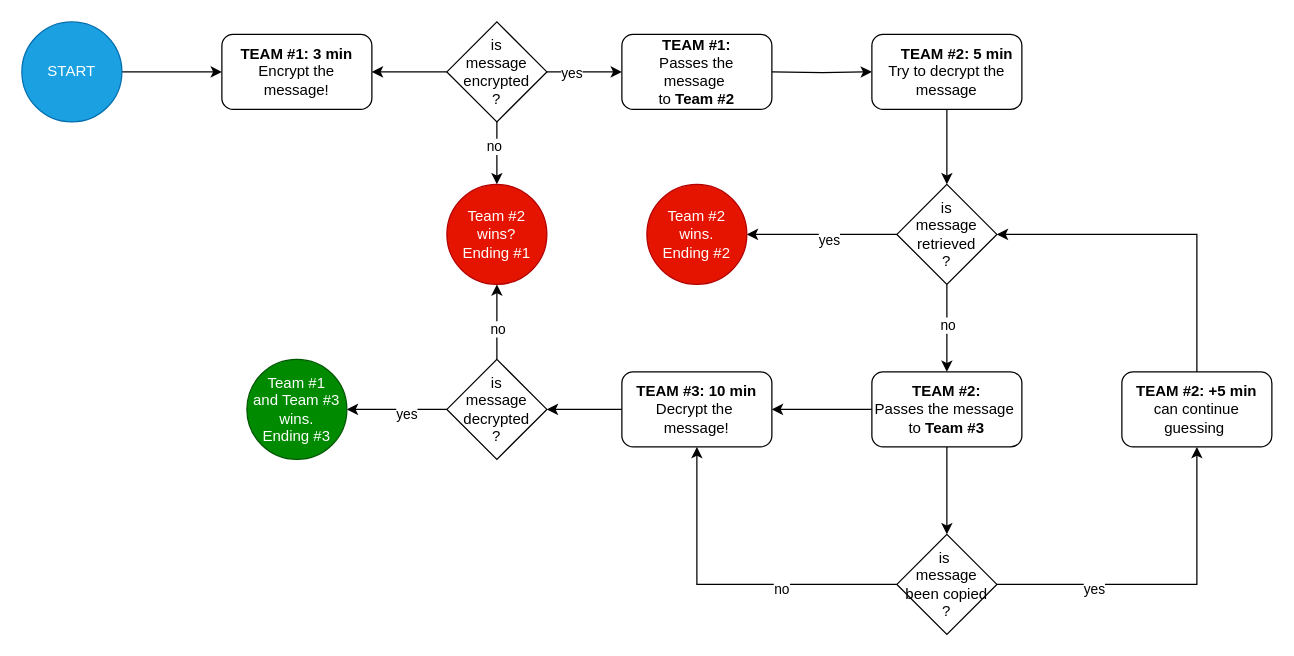
Before: the-game/the-game.drawio in nikolyabb/wshop-encryption, a draw.io diagram. Source tidied: cells renumbered, new cells numbered last; positions are measured from the earlier drawing's top-left corner, leaving out a move shared by most shapes. Both pictures are drawn from the tidied source at 125%, with x=0, y=0 at pixel (21, 21).
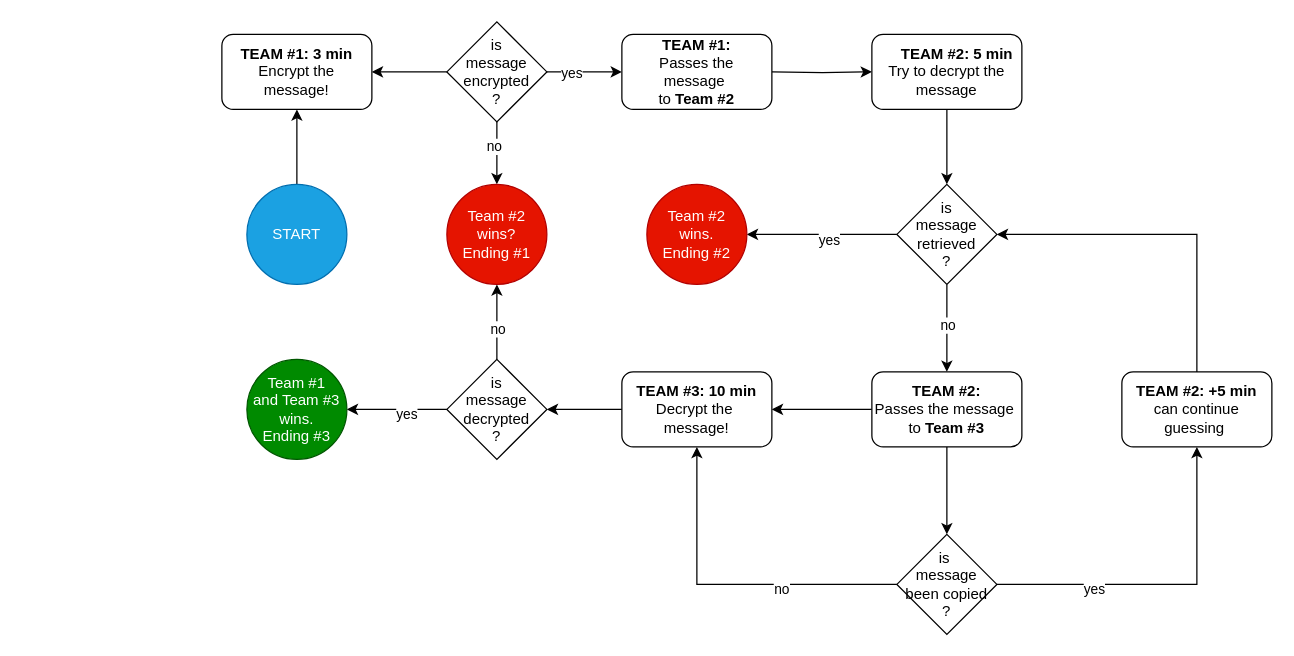
The same page after the edit.

Commit message (it also covers changes not shown here):
Game scenario drafts

Unchanged cells that the change refers to:
```xml
<mxCell id="12" value="&lt;b&gt;TEAM #1: 3 min&lt;/b&gt;&lt;div&gt;Encrypt the&lt;/div&gt;&lt;div&gt;message!&lt;/div&gt;" style="rounded=1;whiteSpace=wrap;html=1;" parent="1" vertex="1">
  <mxGeometry x="160" y="10" width="120" height="60" as="geometry" />
</mxCell>
```

Change to the diagram source:
```diff
@@
-    <mxCell id="2" style="edgeStyle=orthogonalEdgeStyle;rounded=0;jettySize=auto;html=1;exitX=1;exitY=0.5;exitDx=0;exitDy=0;" parent="1" edge="1" source="3" target="12">
+    <mxCell id="2" style="edgeStyle=orthogonalEdgeStyle;rounded=0;jettySize=auto;html=1;" parent="1" edge="1" source="3" target="12">
       <mxGeometry relative="1" as="geometry" />
     </mxCell>
     <mxCell id="3" value="START" style="ellipse;whiteSpace=wrap;html=1;fillColor=#1ba1e2;fontColor=#ffffff;strokeColor=#006EAF;" parent="1" vertex="1">
-      <mxGeometry width="80" height="80" as="geometry" />
+      <mxGeometry x="180" y="130" width="80" height="80" as="geometry" />
     </mxCell>
```
